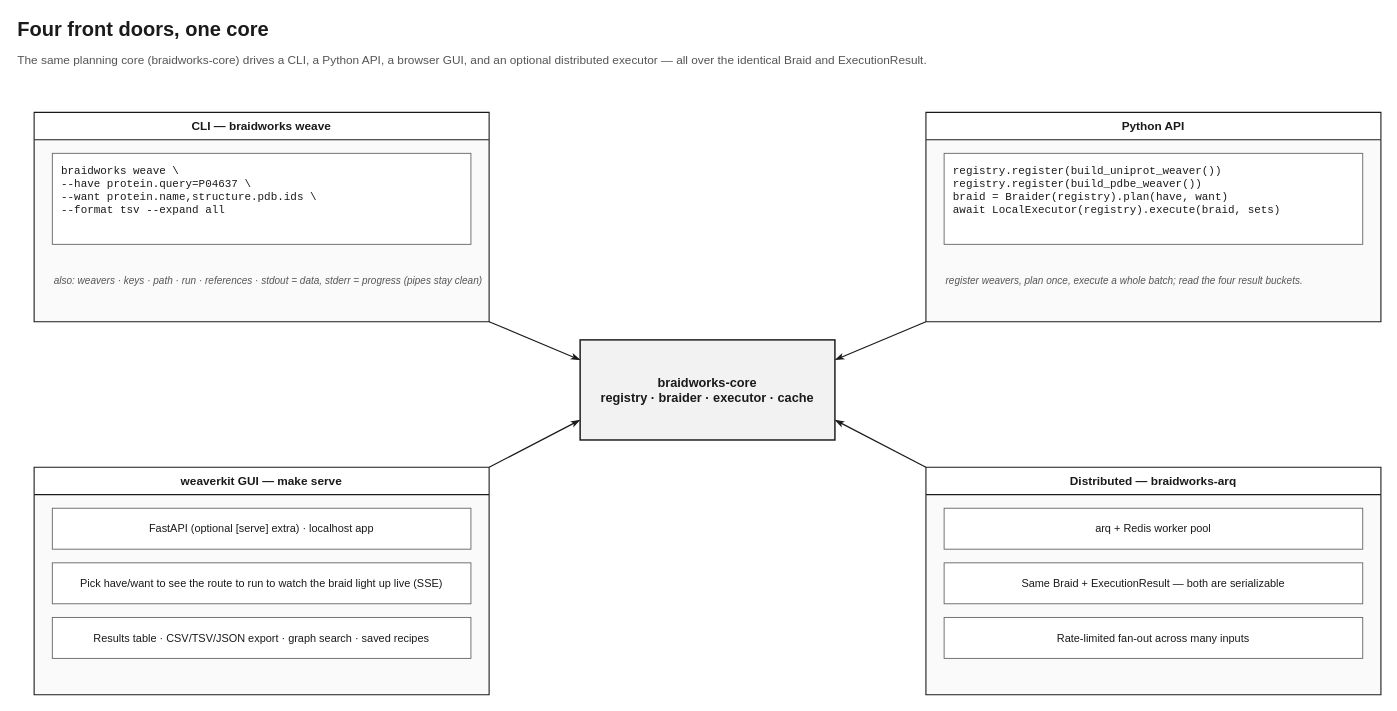
Above: page "Interfaces" (5 of 6) of docs/diagrams/braidworks_portfolio_diagrams.drawio in rafaelmdc/braidworks (draw.io), before the change. Source tidied: cells renumbered, new cells numbered last; positions are measured from the earlier drawing's top-left corner, leaving out a move shared by most shapes. Both pictures are drawn from the tidied source at 91%, with x=0, y=0 at pixel (15, 15).
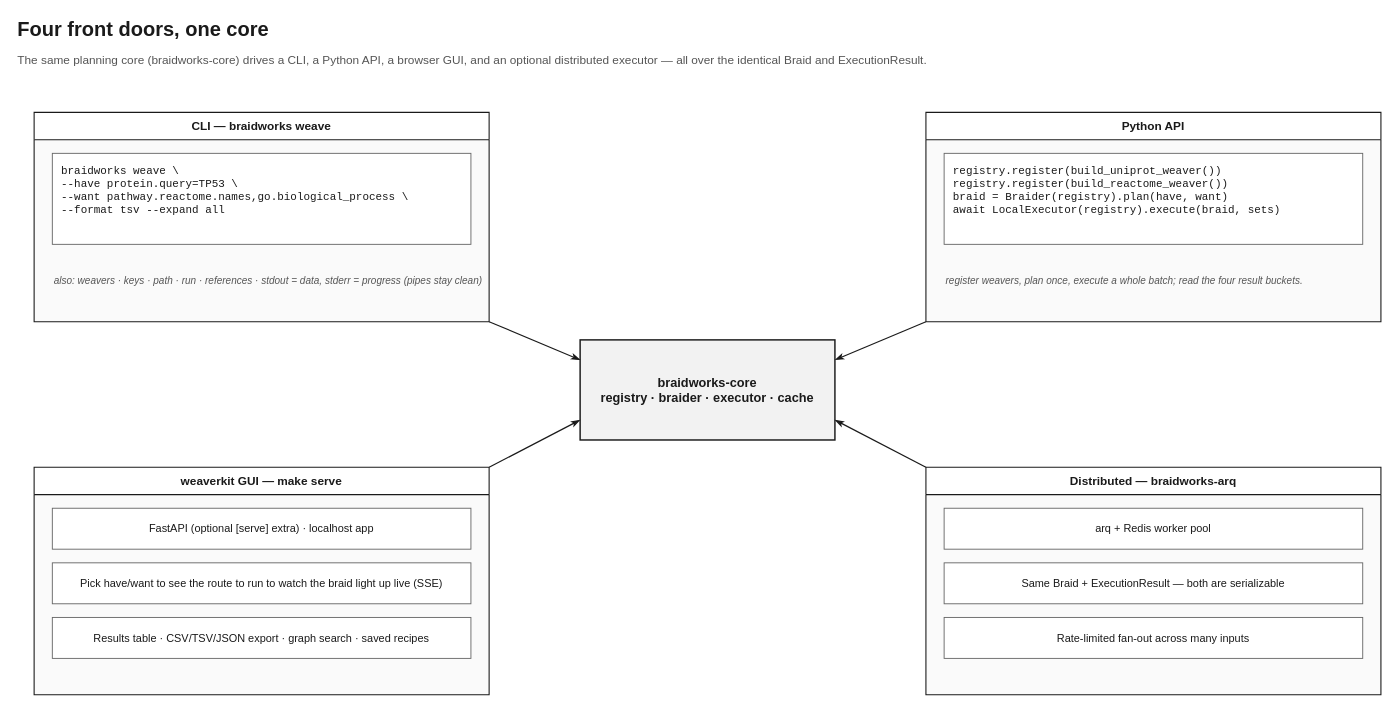
The same diagram, later.

Commit message (it also covers changes not shown here):
docs(diagrams): plain-strand contract cards + TP53→pathways/GO hero braid

Unchanged cells that the change refers to:
```xml
<mxCell id="5" value="CLI — braidworks weave" style="swimlane;whiteSpace=wrap;html=1;startSize=30;rounded=0;fillColor=#FFFFFF;strokeColor=#1A1A1A;fontColor=#1A1A1A;fontSize=13;fontStyle=1;fontFamily=Helvetica;strokeWidth=1.2;swimlaneFillColor=#FAFAFA;" parent="1" vertex="1">
  <mxGeometry x="20" y="106" width="500" height="230" as="geometry" />
</mxCell>
<mxCell id="8" value="Python API" style="swimlane;whiteSpace=wrap;html=1;startSize=30;rounded=0;fillColor=#FFFFFF;strokeColor=#1A1A1A;fontColor=#1A1A1A;fontSize=13;fontStyle=1;fontFamily=Helvetica;strokeWidth=1.2;swimlaneFillColor=#FAFAFA;" parent="1" vertex="1">
  <mxGeometry x="1000" y="106" width="500" height="230" as="geometry" />
</mxCell>
```

What changed in the source:
```diff
@@
-    <mxCell id="6" value="braidworks weave \&#10;  --have protein.query=P04637 \&#10;  --want protein.name,structure.pdb.ids \&#10;  --format tsv --expand all" style="rounded=0;whiteSpace=wrap;html=1;fillColor=#FFFFFF;strokeColor=#666666;fontColor=#1A1A1A;fontSize=12;align=left;verticalAlign=top;spacingLeft=8;spacingTop=6;fontFamily=Courier New;" parent="5" vertex="1">
+    <mxCell id="6" value="braidworks weave \&#10;  --have protein.query=TP53 \&#10;  --want pathway.reactome.names,go.biological_process \&#10;  --format tsv --expand all" style="rounded=0;whiteSpace=wrap;html=1;fillColor=#FFFFFF;strokeColor=#666666;fontColor=#1A1A1A;fontSize=12;align=left;verticalAlign=top;spacingLeft=8;spacingTop=6;fontFamily=Courier New;" parent="5" vertex="1">
       <mxGeometry x="20" y="45" width="460" height="100" as="geometry" />
     </mxCell>
@@
-    <mxCell id="9" value="registry.register(build_uniprot_weaver())&#10;registry.register(build_pdbe_weaver())&#10;braid = Braider(registry).plan(have, want)&#10;await LocalExecutor(registry).execute(braid, sets)" style="rounded=0;whiteSpace=wrap;html=1;fillColor=#FFFFFF;strokeColor=#666666;fontColor=#1A1A1A;fontSize=12;align=left;verticalAlign=top;spacingLeft=8;spacingTop=6;fontFamily=Courier New;" parent="8" vertex="1">
+    <mxCell id="9" value="registry.register(build_uniprot_weaver())&#10;registry.register(build_reactome_weaver())&#10;braid = Braider(registry).plan(have, want)&#10;await LocalExecutor(registry).execute(braid, sets)" style="rounded=0;whiteSpace=wrap;html=1;fillColor=#FFFFFF;strokeColor=#666666;fontColor=#1A1A1A;fontSize=12;align=left;verticalAlign=top;spacingLeft=8;spacingTop=6;fontFamily=Courier New;" parent="8" vertex="1">
       <mxGeometry x="20" y="45" width="460" height="100" as="geometry" />
     </mxCell>
```
